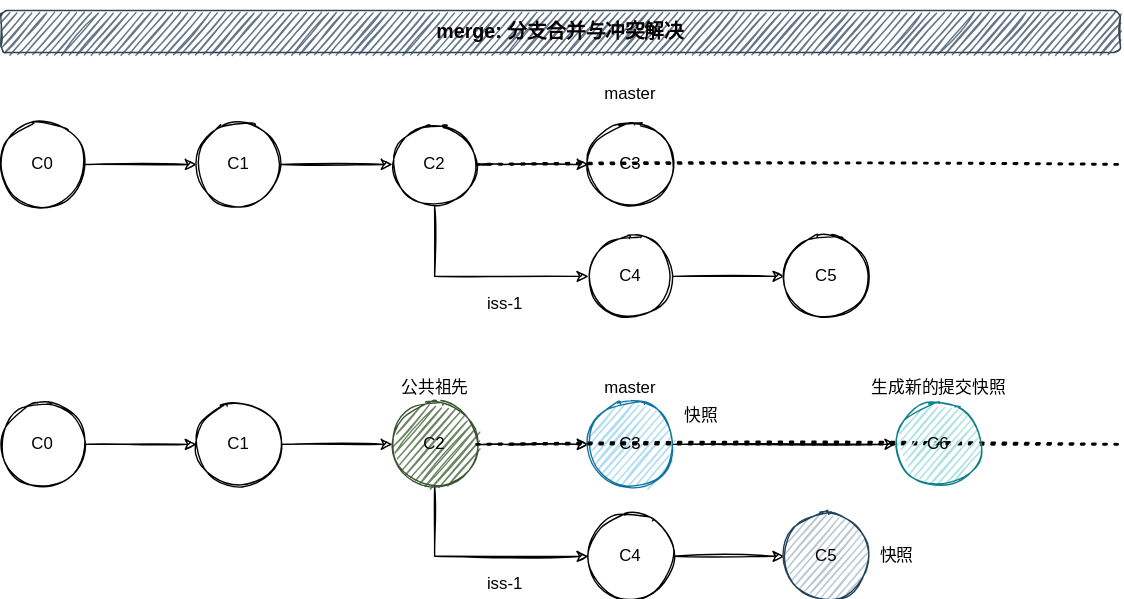
Before: 03-工作环境/images/merge2.svg, a diagram exported from draw.io (cd-home/Root). Source tidied: cells renumbered, new cells last; positions are measured from the earlier drawing's top-left corner, leaving out a move shared by most shapes.
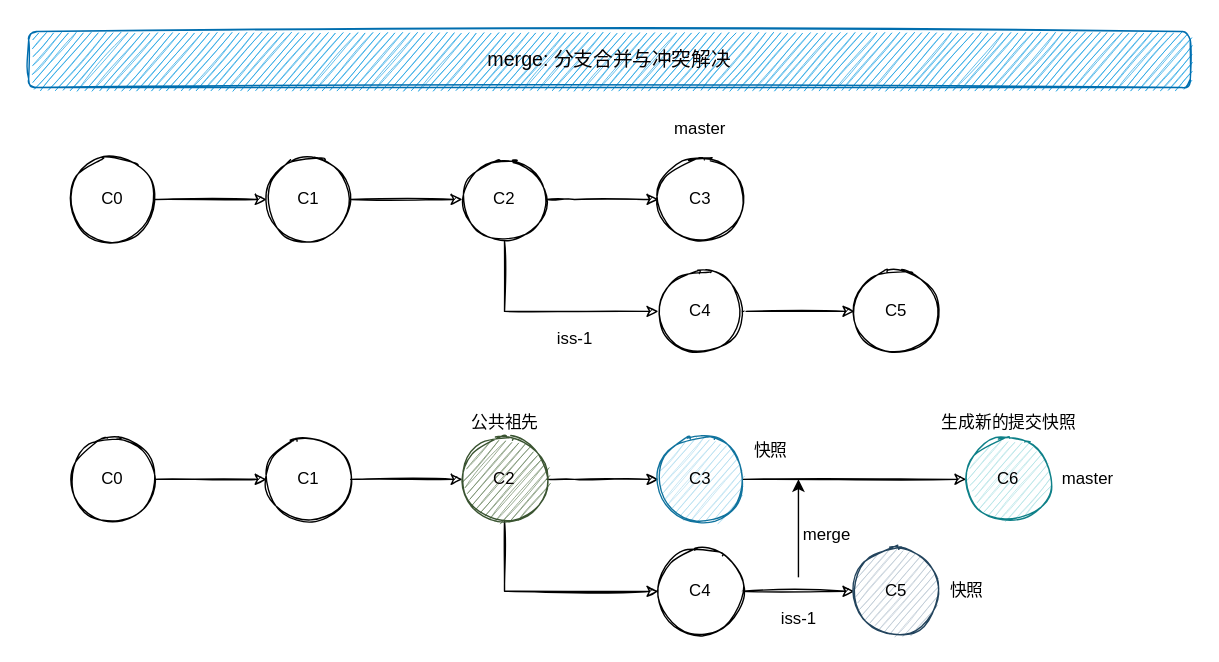
After the change.

Change to the diagram source:
```diff
@@ -2,8 +2,8 @@
   <root>
     <mxCell id="0" />
     <mxCell id="1" parent="0" />
-    <mxCell id="2" value="&lt;h3&gt;&lt;font color=&quot;#050001&quot;&gt;merge: 分支合并与冲突解决&lt;/font&gt;&lt;/h3&gt;" style="rounded=1;whiteSpace=wrap;html=1;fillColor=#647687;strokeColor=#314354;fontColor=#ffffff;sketch=1;" parent="1" vertex="1">
-      <mxGeometry width="800" height="30" as="geometry" />
+    <mxCell id="2" value="&lt;h3&gt;&lt;font style=&quot;font-weight: normal;&quot; color=&quot;#050001&quot;&gt;merge: 分支合并与冲突解决&lt;/font&gt;&lt;/h3&gt;" style="rounded=1;whiteSpace=wrap;html=1;fillColor=#1ba1e2;strokeColor=#006EAF;sketch=1;fontColor=#ffffff;" parent="1" vertex="1">
+      <mxGeometry x="-30" y="-10" width="830" height="40" as="geometry" />
     </mxCell>
     <mxCell id="3" style="edgeStyle=orthogonalEdgeStyle;rounded=0;jettySize=auto;html=1;sketch=1;" parent="1" edge="1" source="4" target="6">
       <mxGeometry relative="1" as="geometry" />
@@ -51,11 +51,6 @@
     <mxCell id="14" value="iss-1" style="text;html=1;align=center;verticalAlign=middle;strokeColor=none;sketch=1;" parent="1" vertex="1">
       <mxGeometry x="340" y="200" width="40" height="20" as="geometry" />
     </mxCell>
-    <mxCell id="15" style="endArrow=none;dashed=1;html=1;dashPattern=1 3;strokeWidth=2;exitX=1;exitY=0.5;exitDx=0;exitDy=0;sketch=1;" parent="1" edge="1" source="9">
-      <mxGeometry relative="1" as="geometry">
-        <mxPoint x="800" y="110" as="targetPoint" />
-      </mxGeometry>
-    </mxCell>
     <mxCell id="16" value="C5" style="ellipse;whiteSpace=wrap;html=1;fillColor=#FFFFFF;sketch=1;" parent="1" vertex="1">
       <mxGeometry x="560" y="160" width="60" height="60" as="geometry" />
     </mxCell>
@@ -103,18 +98,13 @@
       <mxGeometry x="420" y="280" width="60" height="60" as="geometry" />
     </mxCell>
     <mxCell id="28" value="iss-1" style="text;html=1;align=center;verticalAlign=middle;strokeColor=none;sketch=1;" parent="1" vertex="1">
-      <mxGeometry x="340" y="400" width="40" height="20" as="geometry" />
+      <mxGeometry x="500" y="400" width="40" height="20" as="geometry" />
     </mxCell>
-    <mxCell id="29" style="endArrow=none;dashed=1;html=1;dashPattern=1 3;strokeWidth=2;exitX=1;exitY=0.5;exitDx=0;exitDy=0;sketch=1;" parent="1" edge="1" source="23">
-      <mxGeometry relative="1" as="geometry">
-        <mxPoint x="800" y="310" as="targetPoint" />
-      </mxGeometry>
-    </mxCell>
     <mxCell id="30" value="C5" style="ellipse;whiteSpace=wrap;html=1;fillColor=#bac8d3;strokeColor=#23445d;sketch=1;" parent="1" vertex="1">
       <mxGeometry x="560" y="360" width="60" height="60" as="geometry" />
     </mxCell>
     <mxCell id="31" value="master" style="text;html=1;strokeColor=none;fillColor=none;align=center;verticalAlign=middle;whiteSpace=wrap;rounded=0;sketch=1;" parent="1" vertex="1">
-      <mxGeometry x="430" y="260" width="40" height="20" as="geometry" />
+      <mxGeometry x="707" y="300" width="40" height="20" as="geometry" />
     </mxCell>
     <mxCell id="32" value="C6" style="ellipse;whiteSpace=wrap;html=1;fillColor=#b0e3e6;strokeColor=#0e8088;sketch=1;" parent="1" vertex="1">
       <mxGeometry x="640" y="280" width="60" height="60" as="geometry" />
@@ -134,5 +124,14 @@
     <mxCell id="37" value="生成新的提交快照" style="text;html=1;align=center;verticalAlign=middle;strokeColor=none;sketch=1;" parent="1" vertex="1">
       <mxGeometry x="615" y="260" width="110" height="20" as="geometry" />
     </mxCell>
+    <mxCell id="38" style="endArrow=classic;html=1;rounded=0;" parent="1" edge="1">
+      <mxGeometry relative="1" as="geometry">
+        <mxPoint x="520" y="380" as="sourcePoint" />
+        <mxPoint x="520" y="310" as="targetPoint" />
+      </mxGeometry>
+    </mxCell>
+    <mxCell id="39" value="merge" style="text;html=1;align=center;verticalAlign=middle;strokeColor=none;fillColor=none;" parent="1" vertex="1">
+      <mxGeometry x="515" y="340" width="50" height="20" as="geometry" />
+    </mxCell>
   </root>
 </mxGraphModel>
```
